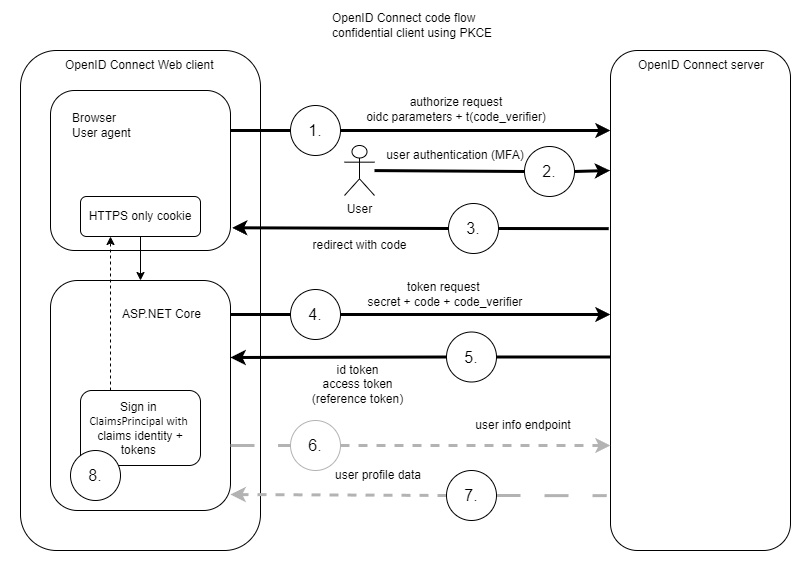
This is aspnetcore/security/authentication/configure-oidc-web-authentication/_static/oidc-confidential-pkce-flow-drawio.png from dotnet/AspNetCore.Docs, a draw.io export, as it was before one commit. Source tidied: cells renumbered, new cells last; positions are measured from the earlier drawing's top-left corner, leaving out a move shared by most shapes.
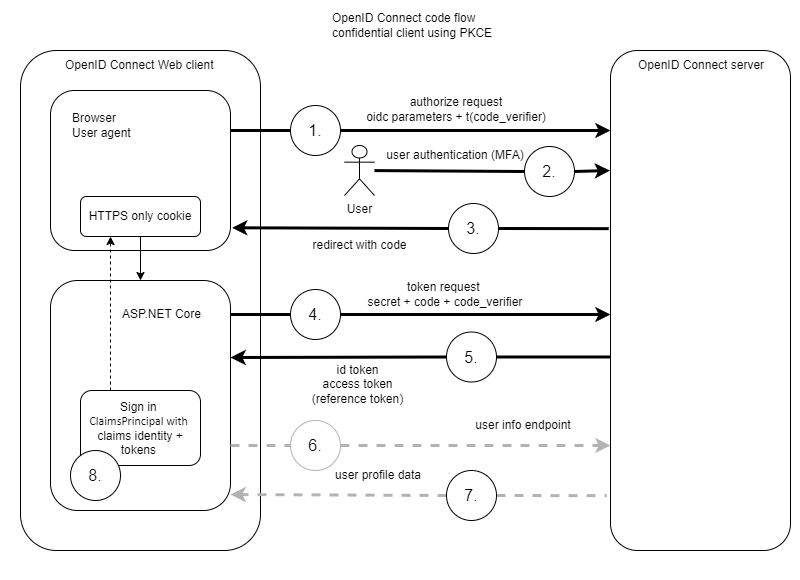
The same diagram one commit later.

The edit, as a diff of the source:
```diff
@@ -112,7 +112,7 @@
         <mxPoint x="610" y="445" as="targetPoint" />
       </mxGeometry>
     </mxCell>
-    <mxCell id="34" style="endArrow=none;html=1;rounded=0;exitX=1;exitY=0.25;exitDx=0;exitDy=0;spacing=2;strokeWidth=3;endFill=0;dashed=1;dashPattern=8 8;strokeColor=#B3B3B3;" parent="1" edge="1" target="35">
+    <mxCell id="34" style="endArrow=none;html=1;rounded=0;exitX=1;exitY=0.25;exitDx=0;exitDy=0;spacing=2;strokeWidth=3;endFill=0;dashed=1;strokeColor=#B3B3B3;" parent="1" edge="1" target="35">
       <mxGeometry relative="1" as="geometry">
         <mxPoint x="230" y="445" as="sourcePoint" />
       </mxGeometry>
@@ -123,7 +123,7 @@
     <mxCell id="36" value="&lt;div&gt;user info endpoint&lt;/div&gt;" style="text;html=1;align=center;verticalAlign=middle;whiteSpace=wrap;rounded=0;" parent="1" vertex="1">
       <mxGeometry x="448" y="410" width="150" height="30" as="geometry" />
     </mxCell>
-    <mxCell id="37" style="endArrow=none;html=1;rounded=0;spacing=2;strokeWidth=3;exitX=1;exitY=0.5;exitDx=0;exitDy=0;endFill=0;entryX=-0.01;entryY=0.412;entryDx=0;entryDy=0;entryPerimeter=0;dashed=1;dashPattern=8 8;strokeColor=#B3B3B3;" parent="1" edge="1" source="39">
+    <mxCell id="37" style="endArrow=none;html=1;rounded=0;spacing=2;strokeWidth=3;exitX=1;exitY=0.5;exitDx=0;exitDy=0;endFill=0;entryX=-0.01;entryY=0.412;entryDx=0;entryDy=0;entryPerimeter=0;dashed=1;strokeColor=#B3B3B3;" parent="1" edge="1" source="39">
       <mxGeometry relative="1" as="geometry">
         <mxPoint x="606.2" y="495.2" as="targetPoint" />
       </mxGeometry>
```
